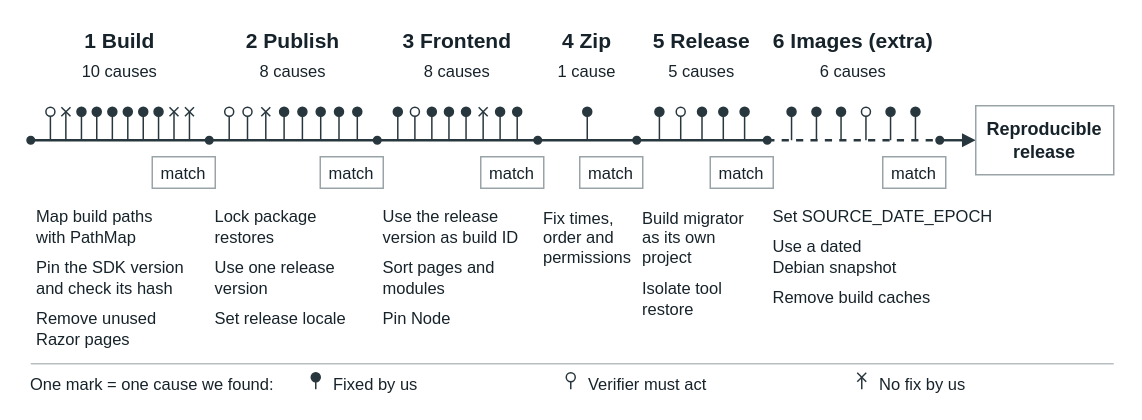
This is 1-ws-pems/figures/rq1-journey.drawio from leosakharoff/dotnet-rebuild-experiments, a draw.io file, before an edit. Source tidied: cells renumbered, new cells numbered last; positions are measured from the earlier drawing's top-left corner, leaving out a move shared by most shapes. Both pictures are drawn from the tidied source at 150%, with x=0, y=0 at pixel (27, 26).
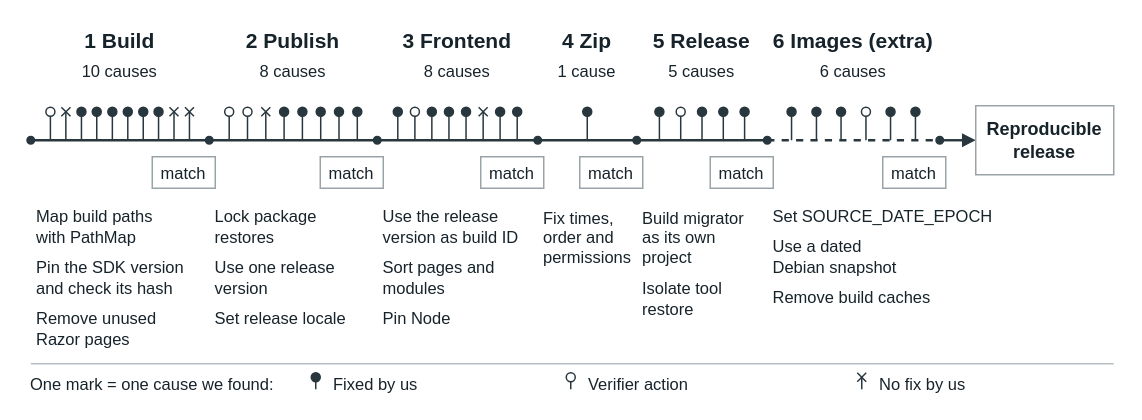
After the change.

Commit message (it also covers changes not shown here):
Journey legend: 'Verifier action'

Change to the diagram source:
```diff
@@
-    <mxCell id="138" value="Verifier must act" style="html=1;whiteSpace=wrap;align=left;verticalAlign=middle;fontFamily=Helvetica;fontColor=#17232a;fontSize=11;fillColor=none;strokeColor=none;spacing=0;" parent="1" vertex="1">
+    <mxCell id="138" value="Verifier action" style="html=1;whiteSpace=wrap;align=left;verticalAlign=middle;fontFamily=Helvetica;fontColor=#17232a;fontSize=11;fillColor=none;strokeColor=none;spacing=0;" parent="1" vertex="1">
       <mxGeometry x="374" y="231" width="140" height="15" as="geometry" />
     </mxCell>
```
